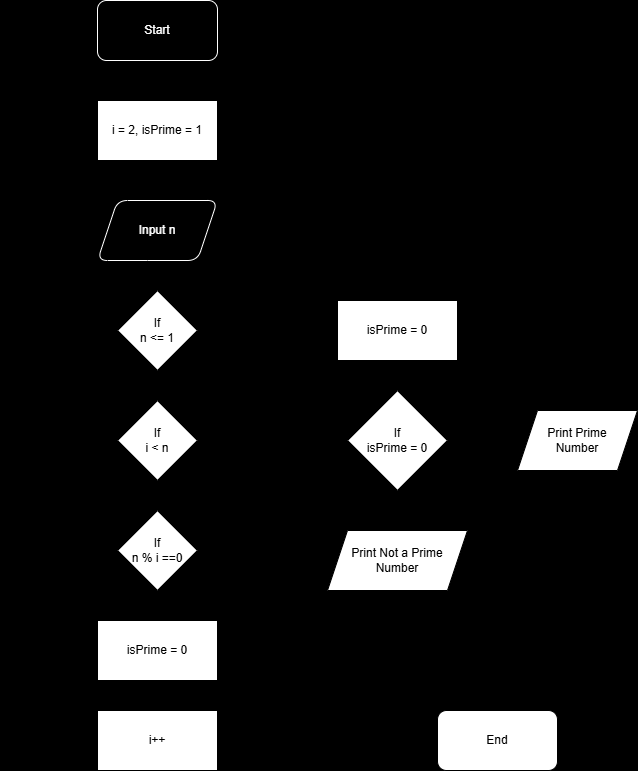
Before: loops_problems/flowcharts/Part_A/problem_9.drawio.png, a diagram exported from draw.io (imuhib25/CSE103-Summer2026). Source tidied: cells renumbered, new cells last; positions are measured from the earlier drawing's top-left corner, leaving out a move shared by most shapes.
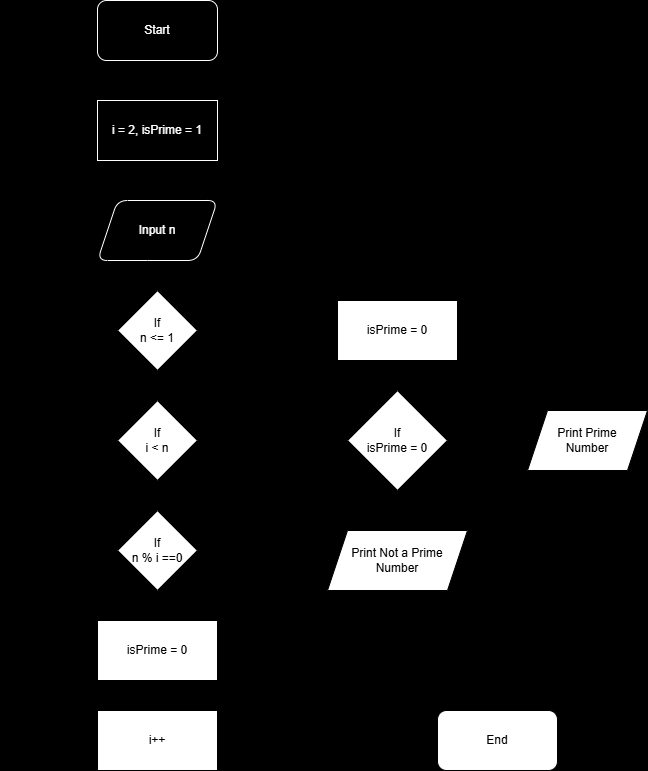
Later version of the same file.

Commit message:
Update problem_9.drawio.png in flowcharts/Part_A

What changed in the source:
```diff
@@ -2,7 +2,7 @@
   <root>
     <mxCell id="0" />
     <mxCell id="1" parent="0" />
-    <mxCell id="2" style="edgeStyle=none;html=1;" parent="1" edge="1" source="3" target="18">
+    <mxCell id="2" style="edgeStyle=none;html=1;strokeColor=light-dark(#000000,#FFFFFF);" parent="1" edge="1" source="3" target="18">
       <mxGeometry relative="1" as="geometry" />
     </mxCell>
     <mxCell id="3" value="Start" style="rounded=1;whiteSpace=wrap;html=1;fillColor=light-dark(#000000,#000000);fontColor=light-dark(#FFFFFF,#FFFFFF);strokeColor=light-dark(#FFFFFF,#FFFFFF);" parent="1" vertex="1">
@@ -55,7 +55,7 @@
     <mxCell id="17" style="edgeStyle=none;html=1;" parent="1" edge="1" source="18" target="5">
       <mxGeometry relative="1" as="geometry" />
     </mxCell>
-    <mxCell id="18" value="i = 2, isPrime = 1" style="rounded=0;whiteSpace=wrap;html=1;" parent="1" vertex="1">
+    <mxCell id="18" value="i = 2, isPrime = 1" style="rounded=0;whiteSpace=wrap;html=1;strokeColor=light-dark(#FFFFFF,#FFFFFF);align=center;verticalAlign=middle;fontFamily=Helvetica;fontSize=12;fontColor=light-dark(#FFFFFF,#FFFFFF);fillColor=light-dark(#000000,#000000);" parent="1" vertex="1">
       <mxGeometry x="90" y="100" width="120" height="60" as="geometry" />
     </mxCell>
     <mxCell id="19" style="edgeStyle=none;html=1;entryX=0;entryY=0.5;entryDx=0;entryDy=0;" parent="1" edge="1" source="20" target="11">
@@ -97,7 +97,7 @@
     <mxCell id="28" value="End" style="rounded=1;whiteSpace=wrap;html=1;" parent="1" vertex="1">
       <mxGeometry x="430" y="710" width="120" height="60" as="geometry" />
     </mxCell>
-    <mxCell id="29" style="edgeStyle=none;html=1;exitX=0.5;exitY=1;exitDx=0;exitDy=0;entryX=1;entryY=0.75;entryDx=0;entryDy=0;" parent="1" edge="1" source="30" target="28">
+    <mxCell id="29" style="edgeStyle=none;html=1;entryX=1;entryY=0.75;entryDx=0;entryDy=0;exitX=0.5;exitY=1;exitDx=0;exitDy=0;" parent="1" edge="1" source="30" target="28">
       <mxGeometry relative="1" as="geometry">
         <Array as="points">
           <mxPoint x="580" y="755" />
@@ -105,7 +105,7 @@
       </mxGeometry>
     </mxCell>
     <mxCell id="30" value="Print Prime&lt;div&gt;Number&lt;/div&gt;" style="shape=parallelogram;perimeter=parallelogramPerimeter;whiteSpace=wrap;html=1;fixedSize=1;" parent="1" vertex="1">
-      <mxGeometry x="510" y="410" width="120" height="60" as="geometry" />
+      <mxGeometry x="520" y="410" width="120" height="60" as="geometry" />
     </mxCell>
   </root>
 </mxGraphModel>
```
